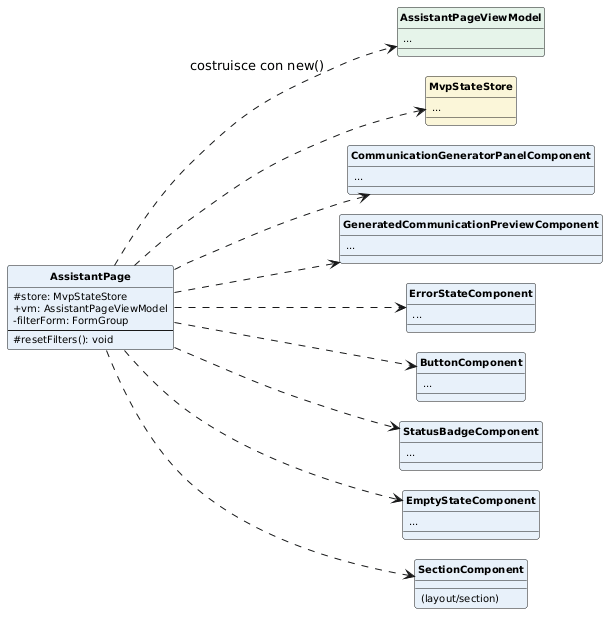
Above: PB/Specifica Tecnica/ImmaginiSpecificaTecnica/ClassiSingoleFrontendMicro/AssistantPageRelation.png in aLittleByte-19/Documentazione (PlantUML), before the change.
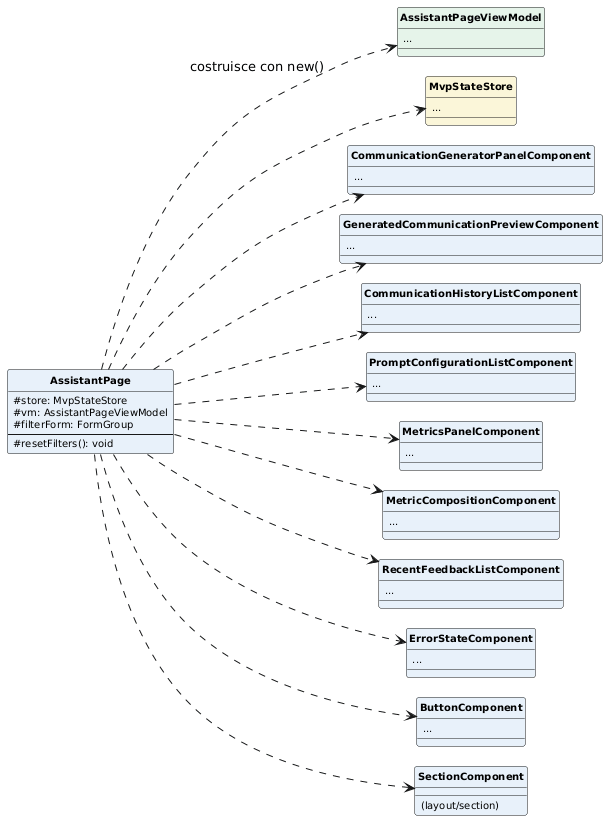
Above is the later version.

Diff of the diagram source:
```diff
@@ -12,8 +12,8 @@
 
 class AssistantPage #E8F1FA {
   #store: MvpStateStore
-  +vm: AssistantPageViewModel
-  -filterForm: FormGroup
+  #vm: AssistantPageViewModel
+  #filterForm: FormGroup
   --
   #resetFilters(): void
 }
@@ -30,16 +30,25 @@
 class GeneratedCommunicationPreviewComponent #E8F1FA {
   ...
 }
+class CommunicationHistoryListComponent #E8F1FA {
+  ...
+}
+class PromptConfigurationListComponent #E8F1FA {
+  ...
+}
+class MetricsPanelComponent #E8F1FA {
+  ...
+}
+class MetricCompositionComponent #E8F1FA {
+  ...
+}
+class RecentFeedbackListComponent #E8F1FA {
+  ...
+}
 class ErrorStateComponent #E8F1FA {
   ...
 }
 class ButtonComponent #E8F1FA {
-  ...
-}
-class StatusBadgeComponent #E8F1FA {
-  ...
-}
-class EmptyStateComponent #E8F1FA {
   ...
 }
 class SectionComponent #E8F1FA {
@@ -50,9 +59,12 @@
 AssistantPage ..> MvpStateStore
 AssistantPage ..> CommunicationGeneratorPanelComponent
 AssistantPage ..> GeneratedCommunicationPreviewComponent
+AssistantPage ..> CommunicationHistoryListComponent
+AssistantPage ..> PromptConfigurationListComponent
+AssistantPage ..> MetricsPanelComponent
+AssistantPage ..> MetricCompositionComponent
+AssistantPage ..> RecentFeedbackListComponent
 AssistantPage ..> ErrorStateComponent
 AssistantPage ..> ButtonComponent
-AssistantPage ..> StatusBadgeComponent
-AssistantPage ..> EmptyStateComponent
 AssistantPage ..> SectionComponent
 @enduml
```
